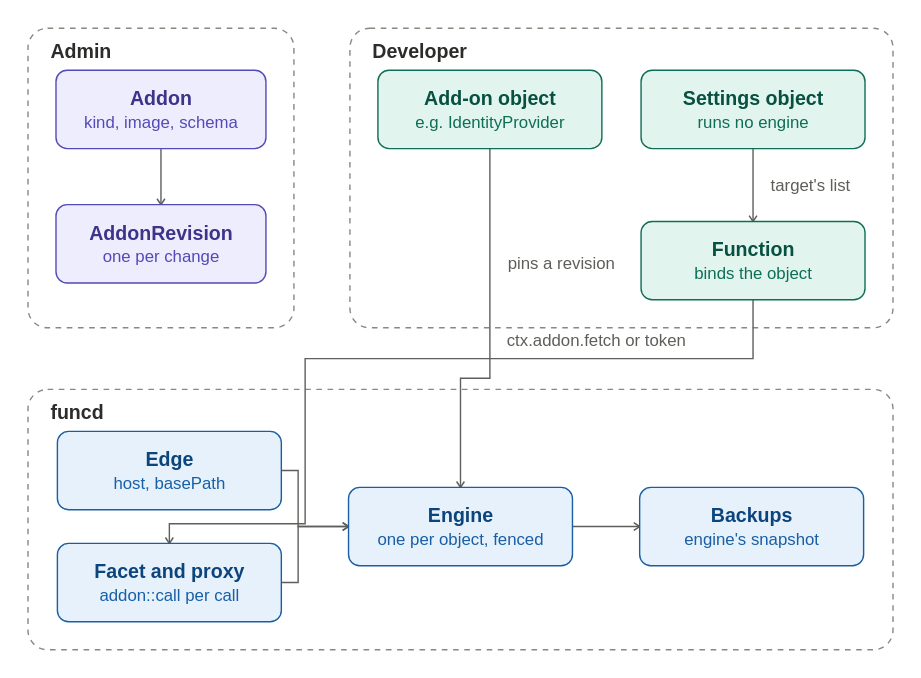
Earlier version of the draw.io export docs/guide/assets/addons.drawio.svg (pyvvo/funcd). Source tidied: cells renumbered, new cells last; positions are measured from the earlier drawing's top-left corner, leaving out a move shared by most shapes.
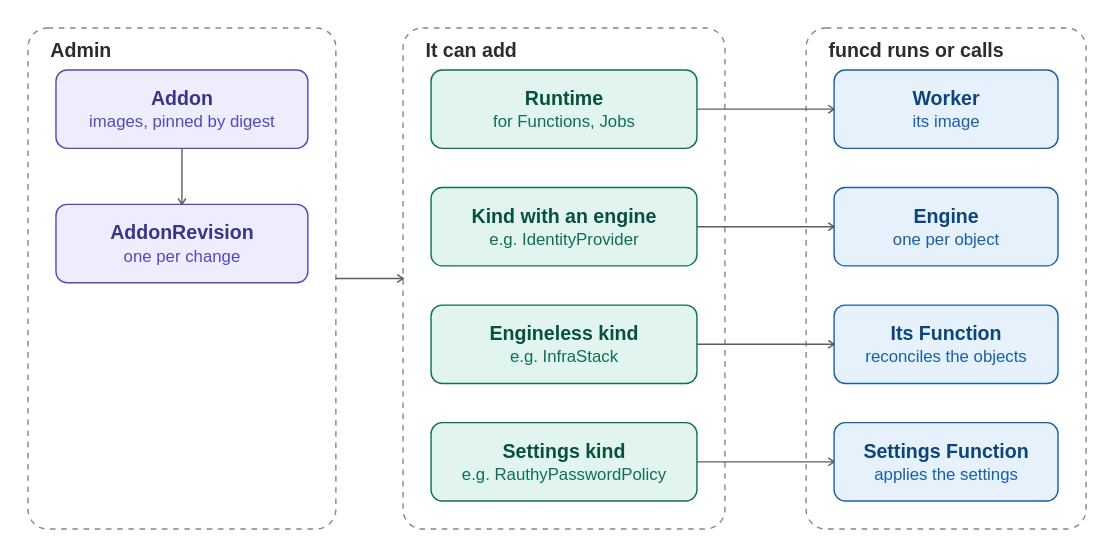
After the change.

Diff of the diagram source:
```diff
@@ -3,87 +3,61 @@
     <mxCell id="0" />
     <mxCell id="1" parent="0" />
     <mxCell id="2" value="Admin" style="rounded=1;absoluteArcSize=1;arcSize=28;dashed=1;fillColor=none;strokeColor=#888780;fontStyle=1;fontSize=14;fontColor=#2C2C2A;align=left;verticalAlign=top;spacingLeft=10;spacingTop=2;html=1;" parent="1" vertex="1">
-      <mxGeometry width="190" height="214" as="geometry" />
+      <mxGeometry width="220" height="358" as="geometry" />
     </mxCell>
-    <mxCell id="3" value="&lt;b&gt;Addon&lt;/b&gt;&lt;br&gt;&lt;font style=&quot;font-size:12px&quot; color=&quot;#534AB7&quot;&gt;kind, image, schema&lt;/font&gt;" style="rounded=1;absoluteArcSize=1;arcSize=16;whiteSpace=wrap;html=1;fillColor=#EEEDFE;strokeColor=#534AB7;fontColor=#3C3489;fontSize=14;" parent="2" vertex="1">
-      <mxGeometry x="20" y="30" width="150" height="56" as="geometry" />
+    <mxCell id="3" value="&lt;b&gt;Addon&lt;/b&gt;&lt;br&gt;&lt;font style=&quot;font-size:12px&quot; color=&quot;#534AB7&quot;&gt;images, pinned by digest&lt;/font&gt;" style="rounded=1;absoluteArcSize=1;arcSize=16;whiteSpace=wrap;html=1;fillColor=#EEEDFE;strokeColor=#534AB7;fontColor=#3C3489;fontSize=14;" parent="2" vertex="1">
+      <mxGeometry x="20" y="30" width="180" height="56" as="geometry" />
     </mxCell>
     <mxCell id="4" value="&lt;b&gt;AddonRevision&lt;/b&gt;&lt;br&gt;&lt;font style=&quot;font-size:12px&quot; color=&quot;#534AB7&quot;&gt;one per change&lt;/font&gt;" style="rounded=1;absoluteArcSize=1;arcSize=16;whiteSpace=wrap;html=1;fillColor=#EEEDFE;strokeColor=#534AB7;fontColor=#3C3489;fontSize=14;" parent="2" vertex="1">
-      <mxGeometry x="20" y="126" width="150" height="56" as="geometry" />
+      <mxGeometry x="20" y="126" width="180" height="56" as="geometry" />
     </mxCell>
-    <mxCell id="5" value="Developer" style="rounded=1;absoluteArcSize=1;arcSize=28;dashed=1;fillColor=none;strokeColor=#888780;fontStyle=1;fontSize=14;fontColor=#2C2C2A;align=left;verticalAlign=top;spacingLeft=10;spacingTop=2;html=1;" parent="1" vertex="1">
-      <mxGeometry x="230" width="388" height="214" as="geometry" />
+    <mxCell id="5" value="It can add" style="rounded=1;absoluteArcSize=1;arcSize=28;dashed=1;fillColor=none;strokeColor=#888780;fontStyle=1;fontSize=14;fontColor=#2C2C2A;align=left;verticalAlign=top;spacingLeft=10;spacingTop=2;html=1;" parent="1" vertex="1">
+      <mxGeometry x="268" width="230" height="358" as="geometry" />
     </mxCell>
-    <mxCell id="6" value="&lt;b&gt;Add-on object&lt;/b&gt;&lt;br&gt;&lt;font style=&quot;font-size:12px&quot; color=&quot;#0F6E56&quot;&gt;e.g. IdentityProvider&lt;/font&gt;" style="rounded=1;absoluteArcSize=1;arcSize=16;whiteSpace=wrap;html=1;fillColor=#E1F5EE;strokeColor=#0F6E56;fontColor=#085041;fontSize=14;" parent="5" vertex="1">
-      <mxGeometry x="20" y="30" width="160" height="56" as="geometry" />
+    <mxCell id="6" value="&lt;b&gt;Runtime&lt;/b&gt;&lt;br&gt;&lt;font style=&quot;font-size:12px&quot; color=&quot;#0F6E56&quot;&gt;for Functions, Jobs&lt;/font&gt;" style="rounded=1;absoluteArcSize=1;arcSize=16;whiteSpace=wrap;html=1;fillColor=#E1F5EE;strokeColor=#0F6E56;fontColor=#085041;fontSize=14;" parent="5" vertex="1">
+      <mxGeometry x="20" y="30" width="190" height="56" as="geometry" />
     </mxCell>
-    <mxCell id="7" value="&lt;b&gt;Settings object&lt;/b&gt;&lt;br&gt;&lt;font style=&quot;font-size:12px&quot; color=&quot;#0F6E56&quot;&gt;runs no engine&lt;/font&gt;" style="rounded=1;absoluteArcSize=1;arcSize=16;whiteSpace=wrap;html=1;fillColor=#E1F5EE;strokeColor=#0F6E56;fontColor=#085041;fontSize=14;" parent="5" vertex="1">
-      <mxGeometry x="208" y="30" width="160" height="56" as="geometry" />
+    <mxCell id="7" value="&lt;b&gt;Kind with an engine&lt;/b&gt;&lt;br&gt;&lt;font style=&quot;font-size:12px&quot; color=&quot;#0F6E56&quot;&gt;e.g. IdentityProvider&lt;/font&gt;" style="rounded=1;absoluteArcSize=1;arcSize=16;whiteSpace=wrap;html=1;fillColor=#E1F5EE;strokeColor=#0F6E56;fontColor=#085041;fontSize=14;" parent="5" vertex="1">
+      <mxGeometry x="20" y="114" width="190" height="56" as="geometry" />
     </mxCell>
-    <mxCell id="8" value="&lt;b&gt;Function&lt;/b&gt;&lt;br&gt;&lt;font style=&quot;font-size:12px&quot; color=&quot;#0F6E56&quot;&gt;binds the object&lt;/font&gt;" style="rounded=1;absoluteArcSize=1;arcSize=16;whiteSpace=wrap;html=1;fillColor=#E1F5EE;strokeColor=#0F6E56;fontColor=#085041;fontSize=14;" parent="5" vertex="1">
-      <mxGeometry x="208" y="138" width="160" height="56" as="geometry" />
+    <mxCell id="8" value="&lt;b&gt;Engineless kind&lt;/b&gt;&lt;br&gt;&lt;font style=&quot;font-size:12px&quot; color=&quot;#0F6E56&quot;&gt;e.g. InfraStack&lt;/font&gt;" style="rounded=1;absoluteArcSize=1;arcSize=16;whiteSpace=wrap;html=1;fillColor=#E1F5EE;strokeColor=#0F6E56;fontColor=#085041;fontSize=14;" parent="5" vertex="1">
+      <mxGeometry x="20" y="198" width="190" height="56" as="geometry" />
     </mxCell>
-    <mxCell id="9" value="funcd" style="rounded=1;absoluteArcSize=1;arcSize=28;dashed=1;fillColor=none;strokeColor=#888780;fontStyle=1;fontSize=14;fontColor=#2C2C2A;align=left;verticalAlign=top;spacingLeft=10;spacingTop=2;html=1;" parent="1" vertex="1">
-      <mxGeometry y="258" width="618" height="186" as="geometry" />
+    <mxCell id="9" value="&lt;b&gt;Settings kind&lt;/b&gt;&lt;br&gt;&lt;font style=&quot;font-size:12px&quot; color=&quot;#0F6E56&quot;&gt;e.g. RauthyPasswordPolicy&lt;/font&gt;" style="rounded=1;absoluteArcSize=1;arcSize=16;whiteSpace=wrap;html=1;fillColor=#E1F5EE;strokeColor=#0F6E56;fontColor=#085041;fontSize=14;" parent="5" vertex="1">
+      <mxGeometry x="20" y="282" width="190" height="56" as="geometry" />
     </mxCell>
-    <mxCell id="10" value="&lt;b&gt;Engine&lt;/b&gt;&lt;br&gt;&lt;font style=&quot;font-size:12px&quot; color=&quot;#185FA5&quot;&gt;one per object, fenced&lt;/font&gt;" style="rounded=1;absoluteArcSize=1;arcSize=16;whiteSpace=wrap;html=1;fillColor=#E6F1FB;strokeColor=#185FA5;fontColor=#0C447C;fontSize=14;" parent="9" vertex="1">
-      <mxGeometry x="229" y="70" width="160" height="56" as="geometry" />
+    <mxCell id="10" value="funcd runs or calls" style="rounded=1;absoluteArcSize=1;arcSize=28;dashed=1;fillColor=none;strokeColor=#888780;fontStyle=1;fontSize=14;fontColor=#2C2C2A;align=left;verticalAlign=top;spacingLeft=10;spacingTop=2;html=1;" parent="1" vertex="1">
+      <mxGeometry x="556" width="200" height="358" as="geometry" />
     </mxCell>
-    <mxCell id="11" value="&lt;b&gt;Edge&lt;/b&gt;&lt;br&gt;&lt;font style=&quot;font-size:12px&quot; color=&quot;#185FA5&quot;&gt;host, basePath&lt;/font&gt;" style="rounded=1;absoluteArcSize=1;arcSize=16;whiteSpace=wrap;html=1;fillColor=#E6F1FB;strokeColor=#185FA5;fontColor=#0C447C;fontSize=14;" parent="9" vertex="1">
-      <mxGeometry x="21" y="30" width="160" height="56" as="geometry" />
+    <mxCell id="11" value="&lt;b&gt;Worker&lt;/b&gt;&lt;br&gt;&lt;font style=&quot;font-size:12px&quot; color=&quot;#185FA5&quot;&gt;its image&lt;/font&gt;" style="rounded=1;absoluteArcSize=1;arcSize=16;whiteSpace=wrap;html=1;fillColor=#E6F1FB;strokeColor=#185FA5;fontColor=#0C447C;fontSize=14;" parent="10" vertex="1">
+      <mxGeometry x="20" y="30" width="160" height="56" as="geometry" />
     </mxCell>
-    <mxCell id="12" value="&lt;b&gt;Facet and proxy&lt;/b&gt;&lt;br&gt;&lt;font style=&quot;font-size:12px&quot; color=&quot;#185FA5&quot;&gt;addon::call per call&lt;/font&gt;" style="rounded=1;absoluteArcSize=1;arcSize=16;whiteSpace=wrap;html=1;fillColor=#E6F1FB;strokeColor=#185FA5;fontColor=#0C447C;fontSize=14;" parent="9" vertex="1">
-      <mxGeometry x="21" y="110" width="160" height="56" as="geometry" />
+    <mxCell id="12" value="&lt;b&gt;Engine&lt;/b&gt;&lt;br&gt;&lt;font style=&quot;font-size:12px&quot; color=&quot;#185FA5&quot;&gt;one per object&lt;/font&gt;" style="rounded=1;absoluteArcSize=1;arcSize=16;whiteSpace=wrap;html=1;fillColor=#E6F1FB;strokeColor=#185FA5;fontColor=#0C447C;fontSize=14;" parent="10" vertex="1">
+      <mxGeometry x="20" y="114" width="160" height="56" as="geometry" />
     </mxCell>
-    <mxCell id="13" value="&lt;b&gt;Backups&lt;/b&gt;&lt;br&gt;&lt;font style=&quot;font-size:12px&quot; color=&quot;#185FA5&quot;&gt;engine&amp;#x27;s snapshot&lt;/font&gt;" style="rounded=1;absoluteArcSize=1;arcSize=16;whiteSpace=wrap;html=1;fillColor=#E6F1FB;strokeColor=#185FA5;fontColor=#0C447C;fontSize=14;" parent="9" vertex="1">
-      <mxGeometry x="437" y="70" width="160" height="56" as="geometry" />
+    <mxCell id="13" value="&lt;b&gt;Its Function&lt;/b&gt;&lt;br&gt;&lt;font style=&quot;font-size:12px&quot; color=&quot;#185FA5&quot;&gt;reconciles the objects&lt;/font&gt;" style="rounded=1;absoluteArcSize=1;arcSize=16;whiteSpace=wrap;html=1;fillColor=#E6F1FB;strokeColor=#185FA5;fontColor=#0C447C;fontSize=14;" parent="10" vertex="1">
+      <mxGeometry x="20" y="198" width="160" height="56" as="geometry" />
     </mxCell>
+    <mxCell id="21" value="&lt;b&gt;Settings Function&lt;/b&gt;&lt;br&gt;&lt;font style=&quot;font-size:12px&quot; color=&quot;#185FA5&quot;&gt;applies the settings&lt;/font&gt;" style="rounded=1;absoluteArcSize=1;arcSize=16;whiteSpace=wrap;html=1;fillColor=#E6F1FB;strokeColor=#185FA5;fontColor=#0C447C;fontSize=14;" parent="10" vertex="1">
+      <mxGeometry x="20" y="282" width="160" height="56" as="geometry" />
+    </mxCell>
     <mxCell id="14" style="edgeStyle=orthogonalEdgeStyle;rounded=0;html=1;jettySize=auto;strokeColor=#5F5E5A;fontColor=#5F5E5A;fontSize=12;labelBackgroundColor=#FFFFFF;endSize=7;endArrow=open;endFill=0;exitX=0.5;exitY=1;exitDx=0;exitDy=0;exitPerimeter=0;entryX=0.5;entryY=0;entryDx=0;entryDy=0;entryPerimeter=0;" parent="1" edge="1" source="3" target="4">
       <mxGeometry relative="1" as="geometry" />
     </mxCell>
-    <mxCell id="15" value="pins a revision" style="edgeStyle=orthogonalEdgeStyle;rounded=0;html=1;jettySize=auto;strokeColor=#5F5E5A;fontColor=#5F5E5A;fontSize=12;labelBackgroundColor=#FFFFFF;endSize=7;endArrow=open;endFill=0;exitX=0.5;exitY=1;exitDx=0;exitDy=0;exitPerimeter=0;entryX=0.5;entryY=0;entryDx=0;entryDy=0;entryPerimeter=0;" parent="1" edge="1" source="6" target="10">
-      <mxGeometry x="-0.38" relative="1" as="geometry">
-        <Array as="points">
-          <mxPoint x="330" y="250" />
-          <mxPoint x="309" y="250" />
-        </Array>
-        <mxPoint x="51" as="offset" />
-      </mxGeometry>
+    <mxCell id="15" style="edgeStyle=orthogonalEdgeStyle;rounded=0;html=1;jettySize=auto;strokeColor=#5F5E5A;fontColor=#5F5E5A;fontSize=12;labelBackgroundColor=#FFFFFF;endSize=7;endArrow=open;endFill=0;exitX=1;exitY=0.5;exitDx=0;exitDy=0;exitPerimeter=0;entryX=0;entryY=0.5;entryDx=0;entryDy=0;entryPerimeter=0;" parent="1" edge="1" source="2" target="5">
+      <mxGeometry relative="1" as="geometry" />
     </mxCell>
-    <mxCell id="16" style="edgeStyle=orthogonalEdgeStyle;rounded=0;html=1;jettySize=auto;strokeColor=#5F5E5A;fontColor=#5F5E5A;fontSize=12;labelBackgroundColor=#FFFFFF;endSize=7;endArrow=open;endFill=0;exitX=1;exitY=0.5;exitDx=0;exitDy=0;exitPerimeter=0;entryX=0;entryY=0.5;entryDx=0;entryDy=0;entryPerimeter=0;" parent="1" edge="1" source="11" target="10">
-      <mxGeometry relative="1" as="geometry">
-        <Array as="points">
-          <mxPoint x="193" y="316" />
-          <mxPoint x="193" y="356" />
-        </Array>
-      </mxGeometry>
+    <mxCell id="16" style="edgeStyle=orthogonalEdgeStyle;rounded=0;html=1;jettySize=auto;strokeColor=#5F5E5A;fontColor=#5F5E5A;fontSize=12;labelBackgroundColor=#FFFFFF;endSize=7;endArrow=open;endFill=0;exitX=1;exitY=0.5;exitDx=0;exitDy=0;exitPerimeter=0;entryX=0;entryY=0.5;entryDx=0;entryDy=0;entryPerimeter=0;" parent="1" edge="1" source="6" target="11">
+      <mxGeometry relative="1" as="geometry" />
     </mxCell>
-    <mxCell id="17" value="ctx.addon.fetch or token" style="edgeStyle=orthogonalEdgeStyle;rounded=0;html=1;jettySize=auto;strokeColor=#5F5E5A;fontColor=#5F5E5A;fontSize=12;labelBackgroundColor=#FFFFFF;endSize=7;endArrow=open;endFill=0;exitX=0.5;exitY=1;exitDx=0;exitDy=0;exitPerimeter=0;entryX=0.5;entryY=0;entryDx=0;entryDy=0;entryPerimeter=0;" parent="1" edge="1" source="8" target="12">
-      <mxGeometry x="-0.53" relative="1" as="geometry">
-        <Array as="points">
-          <mxPoint x="518" y="236" />
-          <mxPoint x="198" y="236" />
-          <mxPoint x="198" y="354" />
-          <mxPoint x="101" y="354" />
-        </Array>
-        <mxPoint x="-16" y="-13" as="offset" />
-      </mxGeometry>
+    <mxCell id="17" style="edgeStyle=orthogonalEdgeStyle;rounded=0;html=1;jettySize=auto;strokeColor=#5F5E5A;fontColor=#5F5E5A;fontSize=12;labelBackgroundColor=#FFFFFF;endSize=7;endArrow=open;endFill=0;exitX=1;exitY=0.5;exitDx=0;exitDy=0;exitPerimeter=0;entryX=0;entryY=0.5;entryDx=0;entryDy=0;entryPerimeter=0;" parent="1" edge="1" source="7" target="12">
+      <mxGeometry relative="1" as="geometry" />
     </mxCell>
-    <mxCell id="18" style="edgeStyle=orthogonalEdgeStyle;rounded=0;html=1;jettySize=auto;strokeColor=#5F5E5A;fontColor=#5F5E5A;fontSize=12;labelBackgroundColor=#FFFFFF;endSize=7;endArrow=open;endFill=0;exitX=1;exitY=0.5;exitDx=0;exitDy=0;exitPerimeter=0;entryX=0;entryY=0.5;entryDx=0;entryDy=0;entryPerimeter=0;" parent="1" edge="1" source="12" target="10">
-      <mxGeometry relative="1" as="geometry">
-        <Array as="points">
-          <mxPoint x="193" y="396" />
-          <mxPoint x="193" y="356" />
-        </Array>
-      </mxGeometry>
+    <mxCell id="18" style="edgeStyle=orthogonalEdgeStyle;rounded=0;html=1;jettySize=auto;strokeColor=#5F5E5A;fontColor=#5F5E5A;fontSize=12;labelBackgroundColor=#FFFFFF;endSize=7;endArrow=open;endFill=0;exitX=1;exitY=0.5;exitDx=0;exitDy=0;exitPerimeter=0;entryX=0;entryY=0.5;entryDx=0;entryDy=0;entryPerimeter=0;" parent="1" edge="1" source="8" target="13">
+      <mxGeometry relative="1" as="geometry" />
     </mxCell>
-    <mxCell id="19" value="target's list" style="edgeStyle=orthogonalEdgeStyle;rounded=0;html=1;jettySize=auto;strokeColor=#5F5E5A;fontColor=#5F5E5A;fontSize=12;labelBackgroundColor=#FFFFFF;endSize=7;endArrow=open;endFill=0;exitX=0.5;exitY=1;exitDx=0;exitDy=0;exitPerimeter=0;entryX=0.5;entryY=0;entryDx=0;entryDy=0;entryPerimeter=0;" parent="1" edge="1" source="7" target="8">
-      <mxGeometry relative="1" as="geometry">
-        <mxPoint x="41" as="offset" />
-      </mxGeometry>
+    <mxCell id="19" style="edgeStyle=orthogonalEdgeStyle;rounded=0;html=1;jettySize=auto;strokeColor=#5F5E5A;fontColor=#5F5E5A;fontSize=12;labelBackgroundColor=#FFFFFF;endSize=7;endArrow=open;endFill=0;exitX=1;exitY=0.5;exitDx=0;exitDy=0;exitPerimeter=0;entryX=0;entryY=0.5;entryDx=0;entryDy=0;entryPerimeter=0;" parent="1" edge="1" source="9" target="21">
+      <mxGeometry relative="1" as="geometry" />
     </mxCell>
-    <mxCell id="20" style="edgeStyle=orthogonalEdgeStyle;rounded=0;html=1;jettySize=auto;strokeColor=#5F5E5A;fontColor=#5F5E5A;fontSize=12;labelBackgroundColor=#FFFFFF;endSize=7;endArrow=open;endFill=0;exitX=1;exitY=0.5;exitDx=0;exitDy=0;exitPerimeter=0;entryX=0;entryY=0.5;entryDx=0;entryDy=0;entryPerimeter=0;" parent="1" edge="1" source="10" target="13">
-      <mxGeometry relative="1" as="geometry" />
-    </mxCell>
   </root>
 </mxGraphModel>
```
